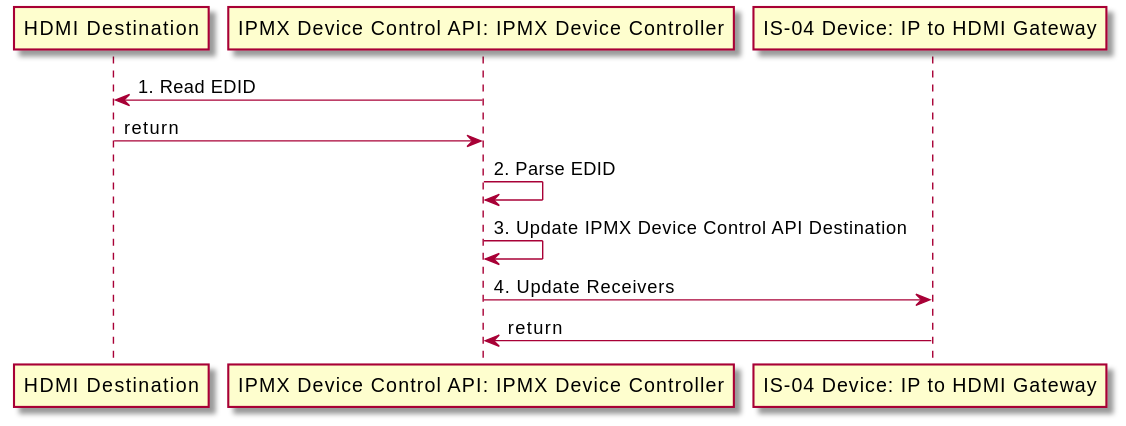
This is docs/images/svg/decoder_setup.svg from AMWA-TV/bcp-005-01, a PlantUML export, as it was before one commit.
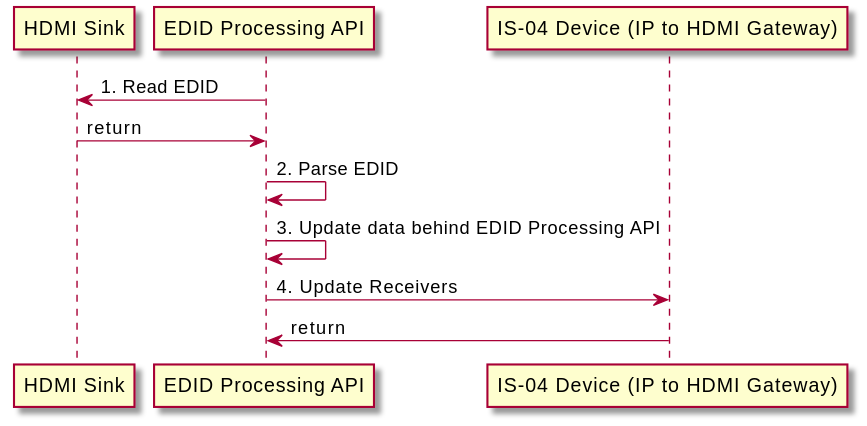
The same file after the commit.

Change to the diagram source:
```diff
@@ -1,12 +1,12 @@
 @startuml
-participant "HDMI Destination"
-participant "IPMX Device Control API: IPMX Device Controller"
-participant "IS-04 Device: IP to HDMI Gateway"
+participant "HDMI Sink"
+participant "EDID Processing API"
+participant "IS-04 Device (IP to HDMI Gateway)"
 
-"HDMI Destination" <- "IPMX Device Control API: IPMX Device Controller": 1. Read EDID
-"HDMI Destination" -> "IPMX Device Control API: IPMX Device Controller": return
-"IPMX Device Control API: IPMX Device Controller" -> "IPMX Device Control API: IPMX Device Controller": 2. Parse EDID
-"IPMX Device Control API: IPMX Device Controller" -> "IPMX Device Control API: IPMX Device Controller": 3. Update IPMX Device Control API Destination
-"IS-04 Device: IP to HDMI Gateway" <- "IPMX Device Control API: IPMX Device Controller": 4. Update Receivers
-"IS-04 Device: IP to HDMI Gateway" -> "IPMX Device Control API: IPMX Device Controller": return
+"HDMI Sink" <- "EDID Processing API": 1. Read EDID
+"HDMI Sink" -> "EDID Processing API": return
+"EDID Processing API" -> "EDID Processing API": 2. Parse EDID
+"EDID Processing API" -> "EDID Processing API": 3. Update data behind EDID Processing API
+"IS-04 Device (IP to HDMI Gateway)" <- "EDID Processing API": 4. Update Receivers
+"IS-04 Device (IP to HDMI Gateway)" -> "EDID Processing API": return
 @enduml
```
